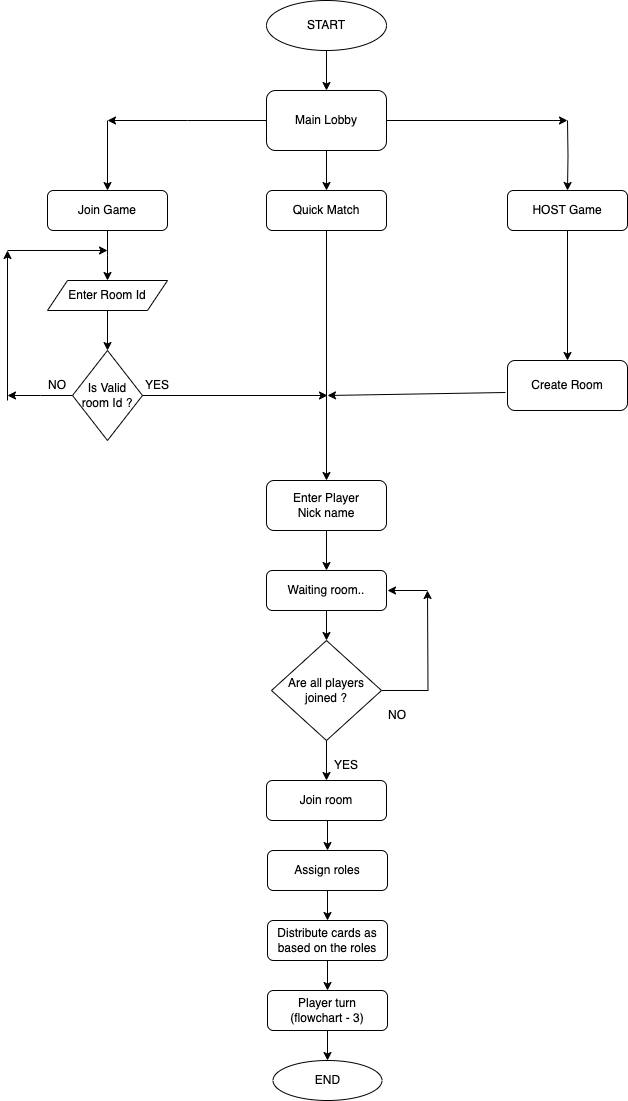
This is main-lobby.drawio.png from garimiddisuman/project, a draw.io export, as it was before one commit. Source tidied: cells renumbered, new cells last; positions are measured from the earlier drawing's top-left corner, leaving out a move shared by most shapes. Source of this version:
```xml
<mxGraphModel>
  <root>
    <mxCell id="0" />
    <mxCell id="1" parent="0" />
    <mxCell id="2" style="edgeStyle=orthogonalEdgeStyle;rounded=0;jettySize=auto;html=1;exitX=0.5;exitY=1;exitDx=0;exitDy=0;entryX=0.5;entryY=0;entryDx=0;entryDy=0;" parent="1" edge="1" source="3" target="7">
      <mxGeometry relative="1" as="geometry" />
    </mxCell>
    <mxCell id="3" value="START" style="ellipse;whiteSpace=wrap;html=1;" parent="1" vertex="1">
      <mxGeometry x="259" width="120" height="50" as="geometry" />
    </mxCell>
    <mxCell id="4" style="edgeStyle=orthogonalEdgeStyle;rounded=0;jettySize=auto;html=1;exitX=0.5;exitY=1;exitDx=0;exitDy=0;entryX=0.5;entryY=0;entryDx=0;entryDy=0;" parent="1" edge="1" source="7" target="9">
      <mxGeometry relative="1" as="geometry" />
    </mxCell>
    <mxCell id="5" style="edgeStyle=orthogonalEdgeStyle;rounded=0;jettySize=auto;html=1;exitX=1;exitY=0.5;exitDx=0;exitDy=0;" parent="1" edge="1" source="7">
      <mxGeometry relative="1" as="geometry">
        <mxPoint x="560" y="120" as="targetPoint" />
      </mxGeometry>
    </mxCell>
    <mxCell id="6" style="edgeStyle=orthogonalEdgeStyle;rounded=0;jettySize=auto;html=1;exitX=0;exitY=0.5;exitDx=0;exitDy=0;" parent="1" edge="1" source="7">
      <mxGeometry relative="1" as="geometry">
        <mxPoint x="100" y="120" as="targetPoint" />
      </mxGeometry>
    </mxCell>
    <mxCell id="7" value="Main Lobby" style="rounded=1;whiteSpace=wrap;html=1;" parent="1" vertex="1">
      <mxGeometry x="259" y="90" width="120" height="60" as="geometry" />
    </mxCell>
    <mxCell id="8" style="edgeStyle=orthogonalEdgeStyle;rounded=0;jettySize=auto;html=1;entryX=0.5;entryY=0;entryDx=0;entryDy=0;" parent="1" edge="1" source="9" target="42">
      <mxGeometry relative="1" as="geometry" />
    </mxCell>
    <mxCell id="9" value="Quick Match" style="rounded=1;whiteSpace=wrap;html=1;" parent="1" vertex="1">
      <mxGeometry x="259" y="190" width="120" height="40" as="geometry" />
    </mxCell>
    <mxCell id="10" style="edgeStyle=orthogonalEdgeStyle;rounded=0;jettySize=auto;html=1;exitX=1;exitY=0.5;exitDx=0;exitDy=0;" parent="1" edge="1" source="12">
      <mxGeometry relative="1" as="geometry">
        <mxPoint x="420" y="590" as="targetPoint" />
      </mxGeometry>
    </mxCell>
    <mxCell id="11" style="edgeStyle=orthogonalEdgeStyle;rounded=0;jettySize=auto;html=1;entryX=0.5;entryY=0;entryDx=0;entryDy=0;" parent="1" edge="1" source="12" target="14">
      <mxGeometry relative="1" as="geometry" />
    </mxCell>
    <mxCell id="12" value="Are all players joined ?" style="rhombus;whiteSpace=wrap;html=1;" parent="1" vertex="1">
      <mxGeometry x="264" y="640" width="110" height="100" as="geometry" />
    </mxCell>
    <mxCell id="13" style="edgeStyle=orthogonalEdgeStyle;rounded=0;jettySize=auto;html=1;exitX=0.5;exitY=1;exitDx=0;exitDy=0;entryX=0.5;entryY=0;entryDx=0;entryDy=0;" parent="1" edge="1" source="14" target="16">
      <mxGeometry relative="1" as="geometry" />
    </mxCell>
    <mxCell id="14" value="Join room" style="rounded=1;whiteSpace=wrap;html=1;" parent="1" vertex="1">
      <mxGeometry x="259" y="780" width="120" height="40" as="geometry" />
    </mxCell>
    <mxCell id="15" style="edgeStyle=orthogonalEdgeStyle;rounded=0;jettySize=auto;html=1;" parent="1" edge="1" source="16" target="44">
      <mxGeometry relative="1" as="geometry" />
    </mxCell>
    <mxCell id="16" value="Assign roles" style="rounded=1;whiteSpace=wrap;html=1;" parent="1" vertex="1">
      <mxGeometry x="260" y="850" width="120" height="40" as="geometry" />
    </mxCell>
    <mxCell id="17" value="END" style="ellipse;whiteSpace=wrap;html=1;" parent="1" vertex="1">
      <mxGeometry x="265.5" y="1060" width="109" height="40" as="geometry" />
    </mxCell>
    <mxCell id="18" style="edgeStyle=orthogonalEdgeStyle;rounded=0;jettySize=auto;html=1;entryX=0.5;entryY=0;entryDx=0;entryDy=0;" parent="1" edge="1" target="21">
      <mxGeometry relative="1" as="geometry">
        <mxPoint x="560" y="120" as="sourcePoint" />
      </mxGeometry>
    </mxCell>
    <mxCell id="19" value="YES" style="text;html=1;align=center;verticalAlign=middle;whiteSpace=wrap;rounded=0;" parent="1" vertex="1">
      <mxGeometry x="309" y="750" width="60" height="30" as="geometry" />
    </mxCell>
    <mxCell id="20" style="edgeStyle=orthogonalEdgeStyle;rounded=0;jettySize=auto;html=1;exitX=0.5;exitY=1;exitDx=0;exitDy=0;entryX=0.5;entryY=0;entryDx=0;entryDy=0;" parent="1" edge="1" source="21" target="22">
      <mxGeometry relative="1" as="geometry" />
    </mxCell>
    <mxCell id="21" value="HOST Game" style="rounded=1;whiteSpace=wrap;html=1;" parent="1" vertex="1">
      <mxGeometry x="500" y="190" width="120" height="40" as="geometry" />
    </mxCell>
    <mxCell id="22" value="Create Room" style="rounded=1;whiteSpace=wrap;html=1;" parent="1" vertex="1">
      <mxGeometry x="500" y="360" width="120" height="50" as="geometry" />
    </mxCell>
    <mxCell id="23" value="NO" style="text;html=1;align=center;verticalAlign=middle;whiteSpace=wrap;rounded=0;" parent="1" vertex="1">
      <mxGeometry x="360" y="700" width="60" height="30" as="geometry" />
    </mxCell>
    <mxCell id="24" style="edgeStyle=orthogonalEdgeStyle;rounded=0;jettySize=auto;html=1;exitX=0.5;exitY=1;exitDx=0;exitDy=0;entryX=0.5;entryY=0;entryDx=0;entryDy=0;" parent="1" edge="1" source="25">
      <mxGeometry relative="1" as="geometry">
        <mxPoint x="100" y="280" as="targetPoint" />
      </mxGeometry>
    </mxCell>
    <mxCell id="25" value="Join Game" style="rounded=1;whiteSpace=wrap;html=1;" parent="1" vertex="1">
      <mxGeometry x="40" y="190" width="120" height="40" as="geometry" />
    </mxCell>
    <mxCell id="26" style="endArrow=classic;html=1;rounded=0;entryX=0.5;entryY=0;entryDx=0;entryDy=0;" parent="1" edge="1" target="25">
      <mxGeometry relative="1" as="geometry">
        <mxPoint x="100" y="120" as="sourcePoint" />
      </mxGeometry>
    </mxCell>
    <mxCell id="27" style="edgeStyle=orthogonalEdgeStyle;rounded=0;orthogonalLoop=1;jettySize=auto;html=1;exitX=0.5;exitY=1;exitDx=0;exitDy=0;" parent="1" edge="1" source="25" target="25">
      <mxGeometry relative="1" as="geometry" />
    </mxCell>
    <mxCell id="28" style="edgeStyle=orthogonalEdgeStyle;rounded=0;jettySize=auto;html=1;exitX=1;exitY=0.5;exitDx=0;exitDy=0;" parent="1" edge="1" source="30">
      <mxGeometry relative="1" as="geometry">
        <mxPoint x="320" y="395" as="targetPoint" />
      </mxGeometry>
    </mxCell>
    <mxCell id="29" style="edgeStyle=orthogonalEdgeStyle;rounded=0;jettySize=auto;html=1;" parent="1" edge="1" source="30">
      <mxGeometry relative="1" as="geometry">
        <mxPoint y="395" as="targetPoint" />
      </mxGeometry>
    </mxCell>
    <mxCell id="30" value="Is Valid room Id ?" style="rhombus;whiteSpace=wrap;html=1;" parent="1" vertex="1">
      <mxGeometry x="65" y="350" width="70" height="90" as="geometry" />
    </mxCell>
    <mxCell id="31" style="endArrow=classic;html=1;rounded=0;exitX=-0.017;exitY=0.64;exitDx=0;exitDy=0;exitPerimeter=0;" parent="1" edge="1" source="22">
      <mxGeometry relative="1" as="geometry">
        <mxPoint x="320" y="395" as="targetPoint" />
      </mxGeometry>
    </mxCell>
    <mxCell id="32" value="YES" style="text;html=1;align=center;verticalAlign=middle;whiteSpace=wrap;rounded=0;" parent="1" vertex="1">
      <mxGeometry x="120" y="370" width="60" height="30" as="geometry" />
    </mxCell>
    <mxCell id="33" value="NO" style="text;html=1;align=center;verticalAlign=middle;whiteSpace=wrap;rounded=0;" parent="1" vertex="1">
      <mxGeometry x="20" y="370" width="60" height="30" as="geometry" />
    </mxCell>
    <mxCell id="34" style="edgeStyle=orthogonalEdgeStyle;rounded=0;jettySize=auto;html=1;exitX=0.5;exitY=1;exitDx=0;exitDy=0;entryX=0.5;entryY=0;entryDx=0;entryDy=0;" parent="1" edge="1" source="35" target="30">
      <mxGeometry relative="1" as="geometry" />
    </mxCell>
    <mxCell id="35" value="Enter Room Id" style="shape=parallelogram;perimeter=parallelogramPerimeter;whiteSpace=wrap;html=1;fixedSize=1;" parent="1" vertex="1">
      <mxGeometry x="40" y="280" width="120" height="30" as="geometry" />
    </mxCell>
    <mxCell id="36" style="endArrow=classic;html=1;rounded=0;" parent="1" edge="1">
      <mxGeometry relative="1" as="geometry">
        <mxPoint y="250" as="sourcePoint" />
        <mxPoint x="100" y="250" as="targetPoint" />
      </mxGeometry>
    </mxCell>
    <mxCell id="37" style="endArrow=classic;html=1;rounded=0;" parent="1" edge="1">
      <mxGeometry relative="1" as="geometry">
        <mxPoint y="400" as="sourcePoint" />
        <mxPoint y="250" as="targetPoint" />
      </mxGeometry>
    </mxCell>
    <mxCell id="38" style="edgeStyle=orthogonalEdgeStyle;rounded=0;jettySize=auto;html=1;entryX=0.5;entryY=0;entryDx=0;entryDy=0;" parent="1" edge="1" source="39" target="12">
      <mxGeometry relative="1" as="geometry" />
    </mxCell>
    <mxCell id="39" value="Waiting room.." style="rounded=1;whiteSpace=wrap;html=1;" parent="1" vertex="1">
      <mxGeometry x="259" y="570" width="120" height="40" as="geometry" />
    </mxCell>
    <mxCell id="40" style="endArrow=classic;html=1;rounded=0;" parent="1" edge="1">
      <mxGeometry relative="1" as="geometry">
        <mxPoint x="420" y="590" as="sourcePoint" />
        <mxPoint x="380" y="590" as="targetPoint" />
      </mxGeometry>
    </mxCell>
    <mxCell id="41" style="edgeStyle=orthogonalEdgeStyle;rounded=0;jettySize=auto;html=1;entryX=0.5;entryY=0;entryDx=0;entryDy=0;" parent="1" edge="1" source="42" target="39">
      <mxGeometry relative="1" as="geometry" />
    </mxCell>
    <mxCell id="42" value="Enter Player&lt;div&gt;Nick name&lt;/div&gt;" style="rounded=1;whiteSpace=wrap;html=1;" parent="1" vertex="1">
      <mxGeometry x="259" y="480" width="120" height="50" as="geometry" />
    </mxCell>
    <mxCell id="43" style="edgeStyle=orthogonalEdgeStyle;rounded=0;jettySize=auto;html=1;" parent="1" edge="1" source="44" target="46">
      <mxGeometry relative="1" as="geometry" />
    </mxCell>
    <mxCell id="44" value="Distribute cards as based on the roles" style="rounded=1;whiteSpace=wrap;html=1;" parent="1" vertex="1">
      <mxGeometry x="260" y="920" width="120" height="40" as="geometry" />
    </mxCell>
    <mxCell id="45" style="edgeStyle=orthogonalEdgeStyle;rounded=0;jettySize=auto;html=1;" parent="1" edge="1" source="46" target="17">
      <mxGeometry relative="1" as="geometry" />
    </mxCell>
    <mxCell id="46" value="Player turn&lt;div&gt;(flowchart - 3)&lt;/div&gt;" style="rounded=1;whiteSpace=wrap;html=1;" parent="1" vertex="1">
      <mxGeometry x="260" y="990" width="120" height="40" as="geometry" />
    </mxCell>
  </root>
</mxGraphModel>
```
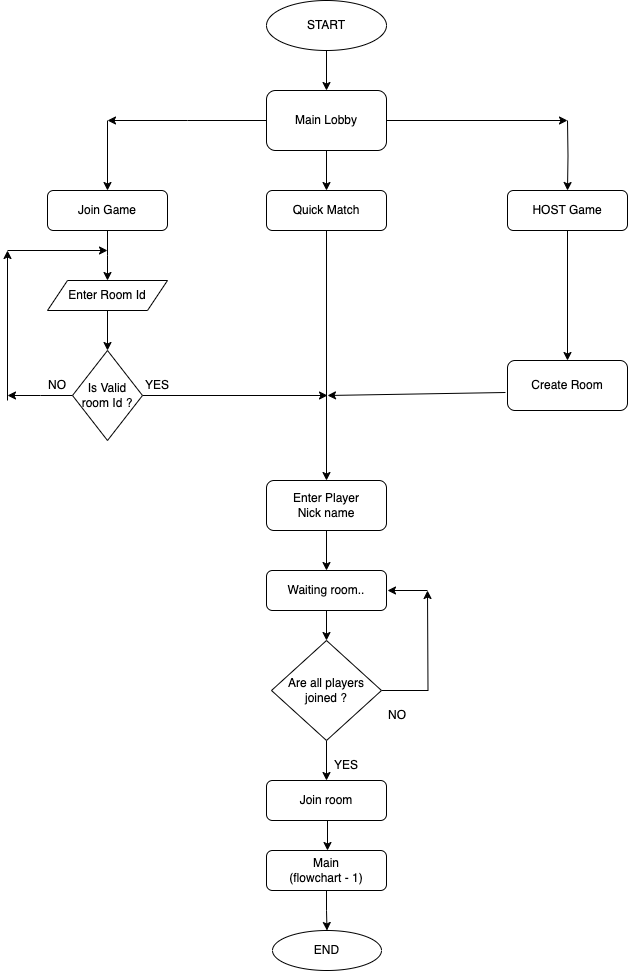
Later version of the same file.

Diff of the diagram source:
```diff
@@ -41,20 +41,16 @@
     <mxCell id="12" value="Are all players joined ?" style="rhombus;whiteSpace=wrap;html=1;" parent="1" vertex="1">
       <mxGeometry x="264" y="640" width="110" height="100" as="geometry" />
     </mxCell>
-    <mxCell id="13" style="edgeStyle=orthogonalEdgeStyle;rounded=0;jettySize=auto;html=1;exitX=0.5;exitY=1;exitDx=0;exitDy=0;entryX=0.5;entryY=0;entryDx=0;entryDy=0;" parent="1" edge="1" source="14" target="16">
-      <mxGeometry relative="1" as="geometry" />
+    <mxCell id="13" style="edgeStyle=orthogonalEdgeStyle;rounded=0;jettySize=auto;html=1;exitX=0.5;exitY=1;exitDx=0;exitDy=0;entryX=0.5;entryY=0;entryDx=0;entryDy=0;" parent="1" edge="1" source="14">
+      <mxGeometry relative="1" as="geometry">
+        <mxPoint x="320" y="850" as="targetPoint" />
+      </mxGeometry>
     </mxCell>
     <mxCell id="14" value="Join room" style="rounded=1;whiteSpace=wrap;html=1;" parent="1" vertex="1">
       <mxGeometry x="259" y="780" width="120" height="40" as="geometry" />
     </mxCell>
-    <mxCell id="15" style="edgeStyle=orthogonalEdgeStyle;rounded=0;jettySize=auto;html=1;" parent="1" edge="1" source="16" target="44">
-      <mxGeometry relative="1" as="geometry" />
-    </mxCell>
-    <mxCell id="16" value="Assign roles" style="rounded=1;whiteSpace=wrap;html=1;" parent="1" vertex="1">
-      <mxGeometry x="260" y="850" width="120" height="40" as="geometry" />
-    </mxCell>
     <mxCell id="17" value="END" style="ellipse;whiteSpace=wrap;html=1;" parent="1" vertex="1">
-      <mxGeometry x="265.5" y="1060" width="109" height="40" as="geometry" />
+      <mxGeometry x="265" y="930" width="109" height="40" as="geometry" />
     </mxCell>
     <mxCell id="18" style="edgeStyle=orthogonalEdgeStyle;rounded=0;jettySize=auto;html=1;entryX=0.5;entryY=0;entryDx=0;entryDy=0;" parent="1" edge="1" target="21">
       <mxGeometry relative="1" as="geometry">
@@ -152,17 +148,16 @@
     <mxCell id="42" value="Enter Player&lt;div&gt;Nick name&lt;/div&gt;" style="rounded=1;whiteSpace=wrap;html=1;" parent="1" vertex="1">
       <mxGeometry x="259" y="480" width="120" height="50" as="geometry" />
     </mxCell>
-    <mxCell id="43" style="edgeStyle=orthogonalEdgeStyle;rounded=0;jettySize=auto;html=1;" parent="1" edge="1" source="44" target="46">
-      <mxGeometry relative="1" as="geometry" />
-    </mxCell>
-    <mxCell id="44" value="Distribute cards as based on the roles" style="rounded=1;whiteSpace=wrap;html=1;" parent="1" vertex="1">
-      <mxGeometry x="260" y="920" width="120" height="40" as="geometry" />
-    </mxCell>
-    <mxCell id="45" style="edgeStyle=orthogonalEdgeStyle;rounded=0;jettySize=auto;html=1;" parent="1" edge="1" source="46" target="17">
-      <mxGeometry relative="1" as="geometry" />
-    </mxCell>
-    <mxCell id="46" value="Player turn&lt;div&gt;(flowchart - 3)&lt;/div&gt;" style="rounded=1;whiteSpace=wrap;html=1;" parent="1" vertex="1">
-      <mxGeometry x="260" y="990" width="120" height="40" as="geometry" />
-    </mxCell>
+    <mxCell id="47" style="edgeStyle=orthogonalEdgeStyle;rounded=0;jettySize=auto;html=1;" parent="1" edge="1" target="49">
+      <mxGeometry relative="1" as="geometry">
+        <mxPoint x="320" y="890" as="sourcePoint" />
+      </mxGeometry>
+    </mxCell>
+    <mxCell id="48" style="edgeStyle=orthogonalEdgeStyle;rounded=0;jettySize=auto;html=1;" parent="1" edge="1" source="49" target="17">
+      <mxGeometry relative="1" as="geometry" />
+    </mxCell>
+    <mxCell id="49" value="Main&lt;div&gt;(flowchart - 1)&lt;/div&gt;" style="rounded=1;whiteSpace=wrap;html=1;" parent="1" vertex="1">
+      <mxGeometry x="259" y="850" width="120" height="40" as="geometry" />
+    </mxCell>
   </root>
 </mxGraphModel>
```
